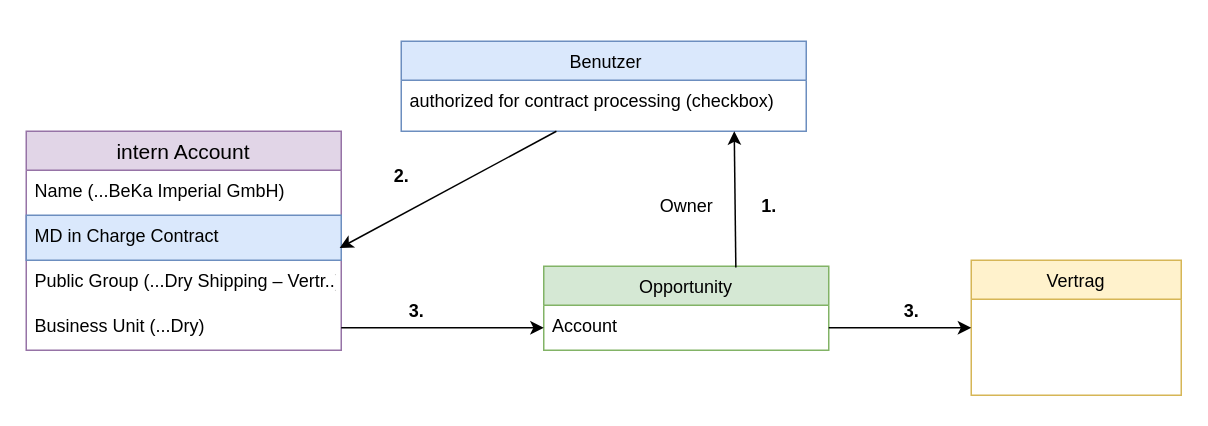
Before: User-Vertragsanlage.drawio in tuannguyenvn/SFDX_ps1, a draw.io diagram. Source tidied: cells renumbered, new cells numbered last; positions are measured from the earlier drawing's top-left corner, leaving out a move shared by most shapes. Both pictures are drawn from the tidied source at 150%, with x=0, y=0 at pixel (26, 40).
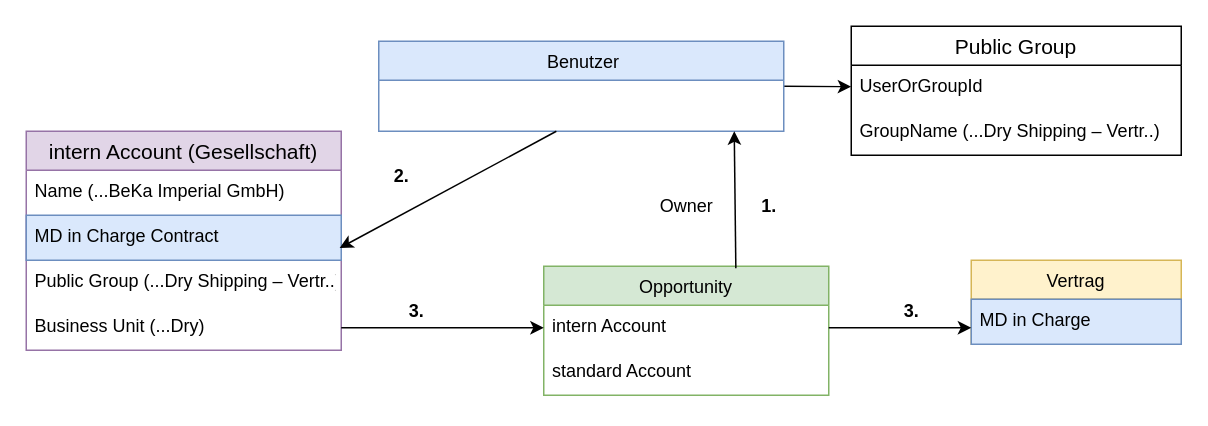
The same diagram, later.

Unchanged cells that the change refers to:
```xml
<mxCell id="9" value="MD in Charge Contract" style="text;strokeColor=#6c8ebf;fillColor=#dae8fc;spacingLeft=4;spacingRight=4;overflow=hidden;points=[[0,0.5],[1,0.5]];portConstraint=eastwest;fontSize=12;" parent="7" vertex="1">
  <mxGeometry y="56" width="210" height="30" as="geometry" />
</mxCell>
```

Change to the diagram source:
```diff
@@
+    <mxCell id="21" style="edgeStyle=none;rounded=0;jettySize=auto;html=1;exitX=1;exitY=0.5;exitDx=0;exitDy=0;" parent="1" edge="1" source="2" target="25">
+      <mxGeometry relative="1" as="geometry" />
+    </mxCell>
     <mxCell id="2" value=" Benutzer" style="swimlane;fontStyle=0;horizontal=1;startSize=26;fillColor=#dae8fc;strokeColor=#6c8ebf;" parent="1" vertex="1">
-      <mxGeometry x="250" width="270" height="60" as="geometry" />
+      <mxGeometry x="235" width="270" height="60" as="geometry" />
     </mxCell>
-    <mxCell id="3" value="authorized for contract processing (checkbox)" style="text;strokeColor=none;fillColor=none;spacingLeft=4;spacingRight=4;overflow=hidden;points=[[0,0.5],[1,0.5]];portConstraint=eastwest;fontSize=12;" parent="2" vertex="1">
-      <mxGeometry y="26" width="270" height="34" as="geometry" />
-    </mxCell>
     <mxCell id="4" value="Opportunity" style="swimlane;fontStyle=0;horizontal=1;startSize=26;fillColor=#d5e8d4;strokeColor=#82b366;" parent="1" vertex="1">
-      <mxGeometry x="345" y="150" width="190" height="56" as="geometry" />
+      <mxGeometry x="345" y="150" width="190" height="86" as="geometry" />
     </mxCell>
-    <mxCell id="5" value="Account" style="text;spacingLeft=4;spacingRight=4;overflow=hidden;points=[[0,0.5],[1,0.5]];portConstraint=eastwest;fontSize=12;" parent="4" vertex="1">
+    <mxCell id="5" value="intern Account" style="text;spacingLeft=4;spacingRight=4;overflow=hidden;points=[[0,0.5],[1,0.5]];portConstraint=eastwest;fontSize=12;" parent="4" vertex="1">
       <mxGeometry y="26" width="190" height="30" as="geometry" />
     </mxCell>
+    <mxCell id="22" value="standard Account" style="text;spacingLeft=4;spacingRight=4;overflow=hidden;fontSize=12;" parent="4" vertex="1">
+      <mxGeometry y="56" width="190" height="30" as="geometry" />
+    </mxCell>
     <mxCell id="6" value="Vertrag" style="swimlane;fontStyle=0;horizontal=1;startSize=26;fillColor=#fff2cc;strokeColor=#d6b656;" parent="1" vertex="1">
-      <mxGeometry x="630" y="146" width="140" height="90" as="geometry" />
+      <mxGeometry x="630" y="146" width="140" height="56" as="geometry" />
     </mxCell>
+    <mxCell id="23" value="MD in Charge&#10;" style="text;strokeColor=#6c8ebf;fillColor=#dae8fc;spacingLeft=4;spacingRight=4;overflow=hidden;fontSize=12;" parent="6" vertex="1">
+      <mxGeometry y="26" width="140" height="30" as="geometry" />
+    </mxCell>
-    <mxCell id="7" value="intern Account" style="swimlane;fontStyle=0;horizontal=1;startSize=26;align=center;fontSize=14;fillColor=#e1d5e7;strokeColor=#9673a6;" parent="1" vertex="1">
+    <mxCell id="7" value="intern Account (Gesellschaft)" style="swimlane;fontStyle=0;horizontal=1;startSize=26;align=center;fontSize=14;fillColor=#e1d5e7;strokeColor=#9673a6;" parent="1" vertex="1">
       <mxGeometry y="60" width="210" height="146" as="geometry" />
     </mxCell>
@@
-    <mxCell id="14" style="edgeStyle=none;rounded=0;jettySize=auto;html=1;entryX=0.995;entryY=0.728;entryDx=0;entryDy=0;entryPerimeter=0;" parent="1" edge="1" source="3" target="9">
-      <mxGeometry relative="1" as="geometry" />
+    <mxCell id="14" style="edgeStyle=none;rounded=0;jettySize=auto;html=1;entryX=0.995;entryY=0.728;entryDx=0;entryDy=0;entryPerimeter=0;" parent="1" edge="1" target="9">
+      <mxGeometry relative="1" as="geometry">
+        <mxPoint x="353.4" y="60" as="sourcePoint" />
+      </mxGeometry>
     </mxCell>
@@
+    <mxCell id="24" value="Public Group" style="swimlane;fontStyle=0;horizontal=1;startSize=26;align=center;fontSize=14;fillColor=none;" parent="1" vertex="1">
+      <mxGeometry x="550" y="-10" width="220" height="86" as="geometry" />
+    </mxCell>
+    <mxCell id="25" value="UserOrGroupId" style="text;strokeColor=none;fillColor=none;spacingLeft=4;spacingRight=4;overflow=hidden;points=[[0,0.5],[1,0.5]];portConstraint=eastwest;fontSize=12;" parent="24" vertex="1">
+      <mxGeometry y="26" width="220" height="30" as="geometry" />
+    </mxCell>
+    <mxCell id="26" value="GroupName (...Dry Shipping – Vertr..)" style="text;strokeColor=none;fillColor=none;spacingLeft=4;spacingRight=4;overflow=hidden;fontSize=12;" parent="24" vertex="1">
+      <mxGeometry y="56" width="220" height="30" as="geometry" />
+    </mxCell>
```
